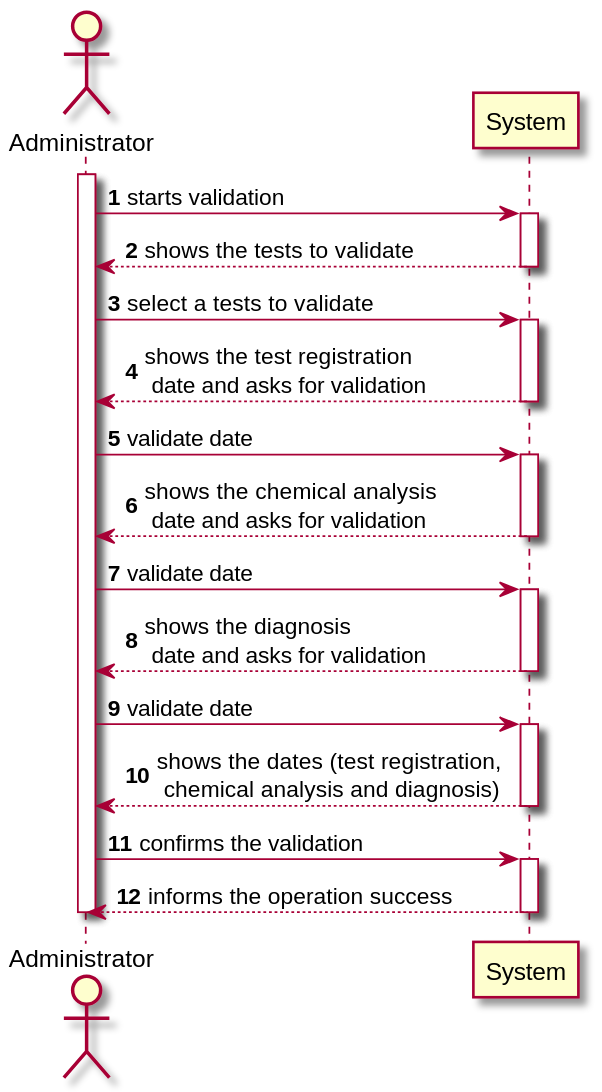
Above: docs/SprintD/SprintC/US15/US15_SSD.svg in manu-07-ela/LAPR2_ISEP (PlantUML), before the change. The source it was exported from:
```plantuml
@startuml

autonumber
actor Administrator
activate Administrator
Administrator -> System: starts validation
activate System
System --> Administrator : shows the tests to validate
deactivate System
Administrator -> System:select a tests to validate
activate System

System --> Administrator : shows the test registration \n date and asks for validation
deactivate System
Administrator -> System: validate date
activate System
System --> Administrator : shows the chemical analysis \n date and asks for validation
deactivate System
Administrator -> System: validate date
activate System
System --> Administrator : shows the diagnosis \n date and asks for validation
deactivate System
Administrator -> System: validate date

activate System
System --> Administrator : shows the dates (test registration, \n chemical analysis and diagnosis)
deactivate System
Administrator -> System: confirms the validation
activate System
System --> Administrator : informs the operation success
deactivate System
deactivate Administrator

@enduml
```
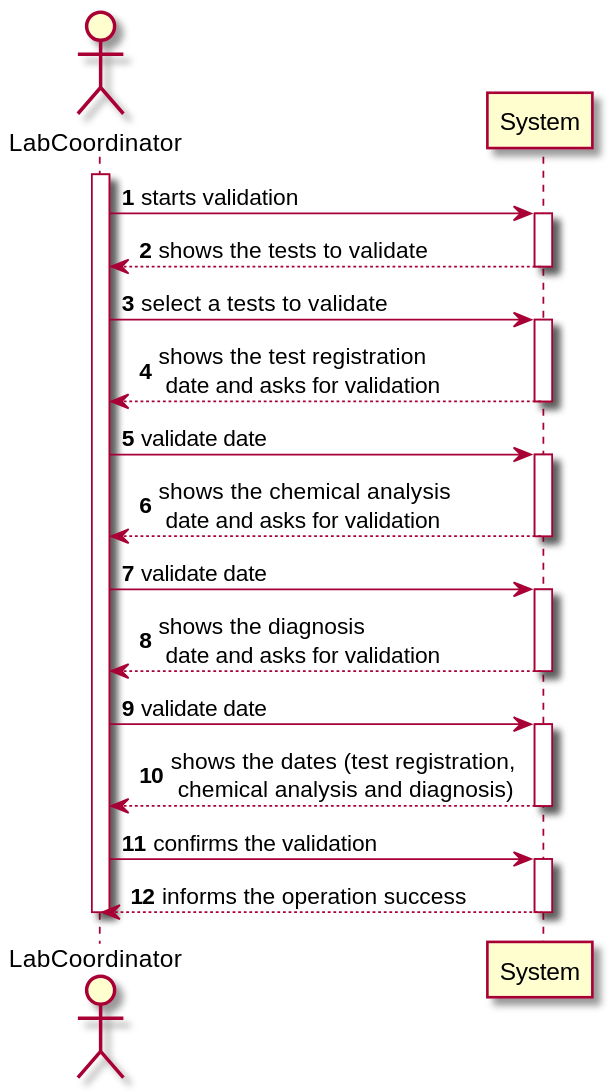
The same diagram one commit later.

Change to the diagram source:
```diff
@@ -1,34 +1,34 @@
 @startuml
 
 autonumber
-actor Administrator
-activate Administrator
-Administrator -> System: starts validation
+actor LabCoordinator
+activate LabCoordinator
+LabCoordinator -> System: starts validation
 activate System
-System --> Administrator : shows the tests to validate
+System --> LabCoordinator : shows the tests to validate
 deactivate System
-Administrator -> System:select a tests to validate
+LabCoordinator -> System:select a tests to validate
 activate System
 
-System --> Administrator : shows the test registration \n date and asks for validation
+System --> LabCoordinator : shows the test registration \n date and asks for validation
 deactivate System
-Administrator -> System: validate date
+LabCoordinator -> System: validate date
 activate System
-System --> Administrator : shows the chemical analysis \n date and asks for validation
+System --> LabCoordinator : shows the chemical analysis \n date and asks for validation
 deactivate System
-Administrator -> System: validate date
+LabCoordinator -> System: validate date
 activate System
-System --> Administrator : shows the diagnosis \n date and asks for validation
+System --> LabCoordinator : shows the diagnosis \n date and asks for validation
 deactivate System
-Administrator -> System: validate date
+LabCoordinator -> System: validate date
 
 activate System
-System --> Administrator : shows the dates (test registration, \n chemical analysis and diagnosis)
+System --> LabCoordinator : shows the dates (test registration, \n chemical analysis and diagnosis)
 deactivate System
-Administrator -> System: confirms the validation
+LabCoordinator -> System: confirms the validation
 activate System
-System --> Administrator : informs the operation success
+System --> LabCoordinator : informs the operation success
 deactivate System
-deactivate Administrator
+deactivate LabCoordinator
 
 @enduml
```
